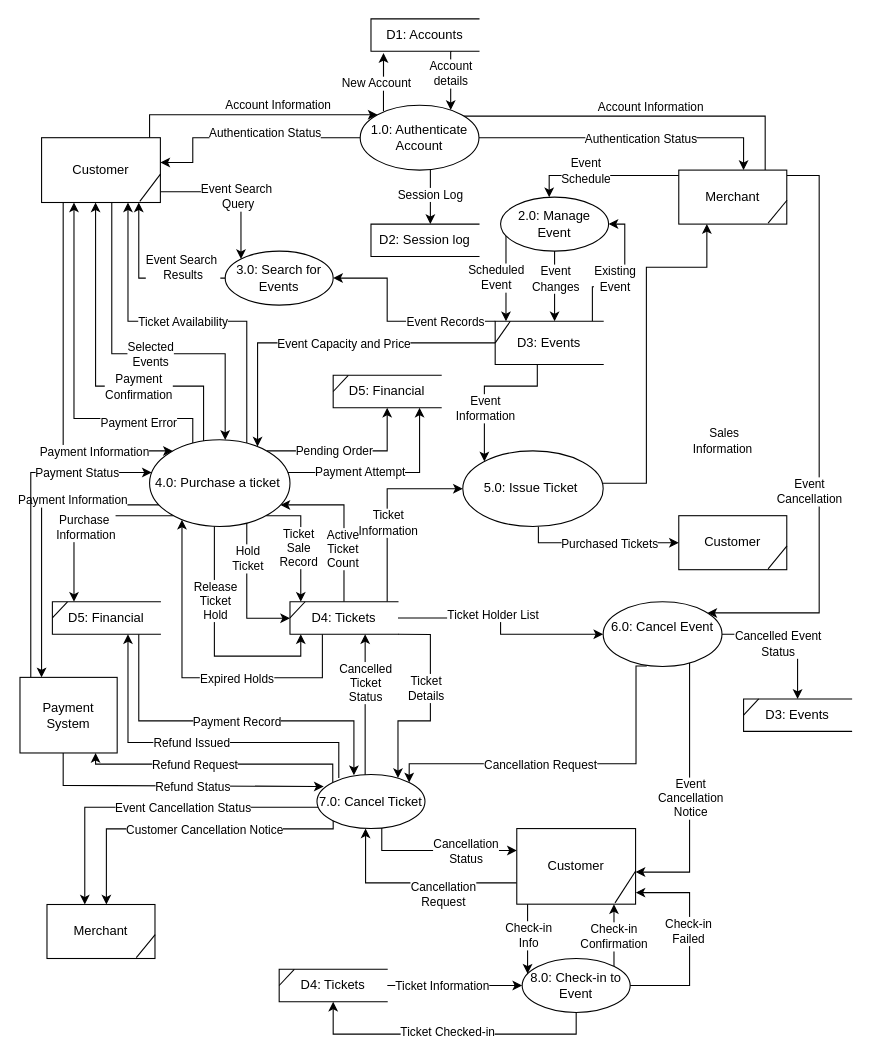
Before: page "Level 1 Diagram" (2 of 10) of ITEC 630 DFD Ticket Mangement System .drawio in SteveWChang/UMGC-ITEC--630-Ticketing-System-Modeling-and-Analysis, a draw.io diagram. Source tidied: cells renumbered, new cells numbered last; positions are measured from the earlier drawing's top-left corner, leaving out a move shared by most shapes. Both pictures are drawn from the tidied source at 108%, with x=0, y=0 at pixel (19, 18).
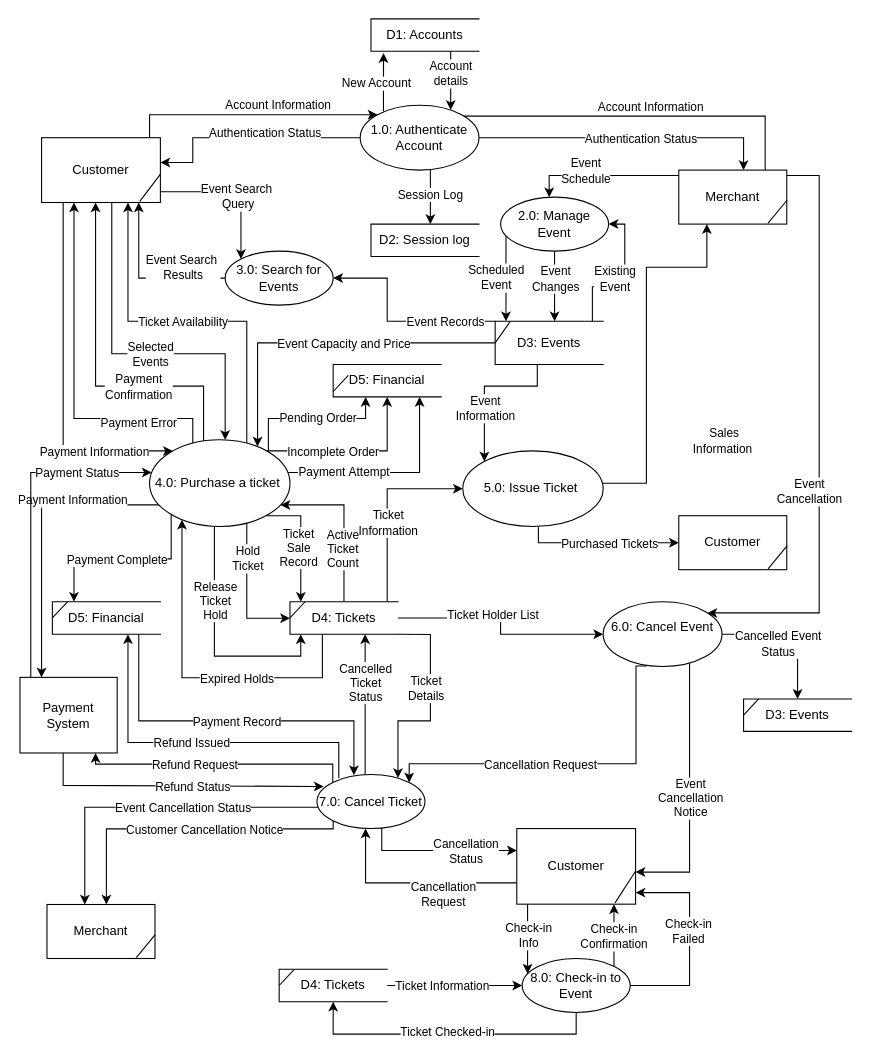
Above is the later version.

Unchanged cells that the change refers to:
```xml
<mxCell id="35" style="edgeStyle=orthogonalEdgeStyle;rounded=0;jettySize=auto;html=1;" parent="1" edge="1" source="37" target="146">
  <mxGeometry relative="1" as="geometry">
    <Array as="points">
      <mxPoint x="370" y="420" />
    </Array>
  </mxGeometry>
</mxCell>
<mxCell id="37" value="4.0: Purchase a ticket&amp;nbsp;" style="shape=ellipse;html=1;dashed=0;whiteSpace=wrap;perimeter=ellipsePerimeter;" parent="1" vertex="1">
  <mxGeometry x="120" y="389.7" width="130" height="80.3" as="geometry" />
</mxCell>
<mxCell id="49" value="D5: Financial" style="html=1;dashed=0;whiteSpace=wrap;shape=partialRectangle;right=0;" parent="1" vertex="1">
  <mxGeometry x="30" y="539.7" width="100" height="30" as="geometry" />
</mxCell>
```

The edit, as a diff of the source:
```diff
@@
     <mxCell id="21" style="edgeStyle=orthogonalEdgeStyle;rounded=0;jettySize=auto;html=1;" parent="1" edge="1" source="37" target="49">
       <mxGeometry x="-0.67" relative="1" as="geometry">
         <Array as="points">
-          <mxPoint x="50" y="460" />
+          <mxPoint x="140" y="500" />
+          <mxPoint x="50" y="500" />
         </Array>
       </mxGeometry>
     </mxCell>
-    <mxCell id="22" value="&lt;div&gt;Purchase&amp;nbsp;&lt;/div&gt;&lt;div&gt;Information&lt;/div&gt;" style="edgeLabel;html=1;align=center;verticalAlign=middle;" parent="21" vertex="1">
-      <mxGeometry x="-0.44" y="2" relative="1" as="geometry">
-        <mxPoint x="-34" y="8" as="offset" />
-      </mxGeometry>
-    </mxCell>
+    <mxCell id="148" value="Payment Complete" style="edgeLabel;html=1;align=center;verticalAlign=middle;" parent="21" vertex="1">
+      <mxGeometry x="0.08" relative="1" as="geometry" />
+    </mxCell>
@@
     <mxCell id="33" style="edgeStyle=orthogonalEdgeStyle;rounded=0;jettySize=auto;html=1;" parent="1" edge="1" source="37" target="146">
       <mxGeometry relative="1" as="geometry">
         <Array as="points">
-          <mxPoint x="340" y="400" />
+          <mxPoint x="230" y="370" />
+          <mxPoint x="320" y="370" />
         </Array>
       </mxGeometry>
     </mxCell>
     <mxCell id="34" value="Pending Order" style="edgeLabel;html=1;align=center;verticalAlign=middle;" parent="33" vertex="1">
       <mxGeometry x="-0.57" y="1" relative="1" as="geometry">
-        <mxPoint x="29" as="offset" />
+        <mxPoint x="46" y="-1" as="offset" />
       </mxGeometry>
     </mxCell>
@@
-    <mxCell id="36" value="Payment Attempt" style="edgeLabel;html=1;align=center;verticalAlign=middle;" parent="35" vertex="1">
+    <mxCell id="36" value="Payment&amp;nbsp;&lt;span style=&quot;background-color: light-dark(#ffffff, var(--ge-dark-color, #121212)); color: light-dark(rgb(0, 0, 0), rgb(255, 255, 255));&quot;&gt;Attempt&lt;/span&gt;" style="edgeLabel;html=1;align=center;verticalAlign=middle;" parent="35" vertex="1">
       <mxGeometry x="-0.6" y="1" relative="1" as="geometry">
-        <mxPoint x="30" as="offset" />
+        <mxPoint x="13" as="offset" />
       </mxGeometry>
     </mxCell>
+    <mxCell id="149" style="edgeStyle=orthogonalEdgeStyle;rounded=0;jettySize=auto;html=1;" parent="1" edge="1" source="37" target="146">
+      <mxGeometry relative="1" as="geometry">
+        <Array as="points">
+          <mxPoint x="340" y="400" />
+        </Array>
+      </mxGeometry>
+    </mxCell>
+    <mxCell id="150" value="Incomplete Order" style="edgeLabel;html=1;align=center;verticalAlign=middle;" parent="149" vertex="1">
+      <mxGeometry x="-0.22" y="-1" relative="1" as="geometry">
+        <mxPoint x="-2" y="-1" as="offset" />
+      </mxGeometry>
+    </mxCell>
@@
     <mxCell id="146" value="D5: Financial" style="html=1;dashed=0;whiteSpace=wrap;shape=partialRectangle;right=0;" parent="1" vertex="1">
-      <mxGeometry x="290" y="330" width="100" height="30" as="geometry" />
+      <mxGeometry x="290" y="320" width="100" height="30" as="geometry" />
     </mxCell>
```
